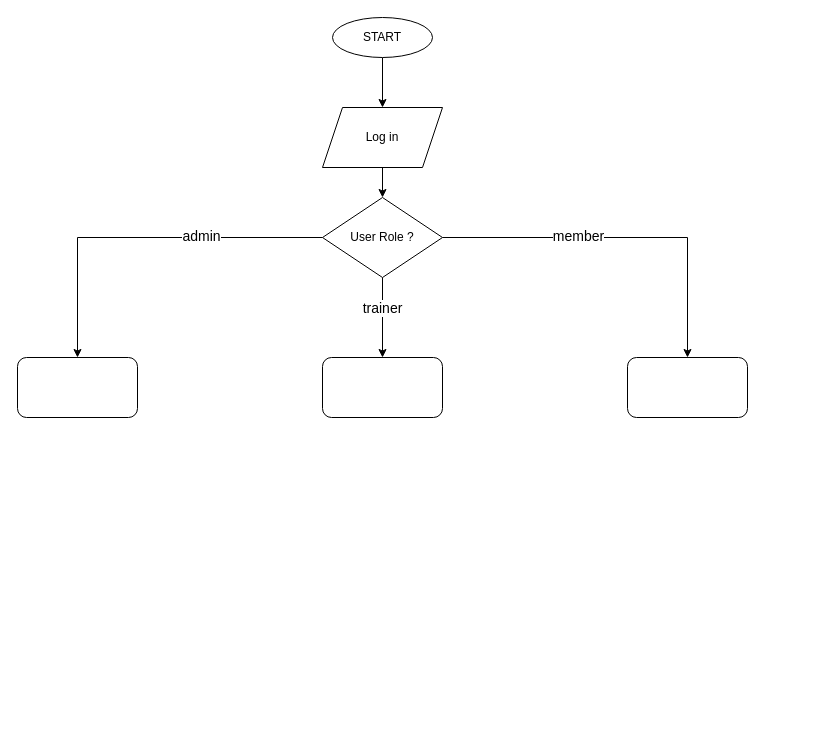
This is Flowchart.drawio from XuanAnh1312/GMS_PROJECT_JAVA, a draw.io file, before an edit. Source tidied: cells renumbered, new cells numbered last; positions are measured from the earlier drawing's top-left corner, leaving out a move shared by most shapes. Both pictures are drawn from the tidied source at 100%, with x=0, y=0 at pixel (17, 17).
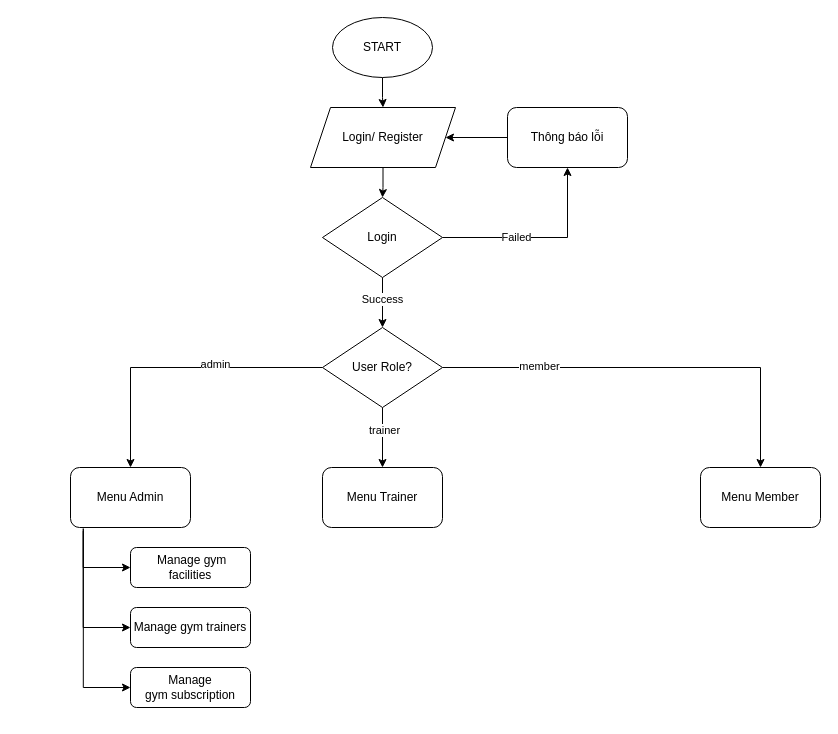
The same page after the edit.

What changed in the source:
```diff
@@
     <mxCell id="3" value="START" style="ellipse;whiteSpace=wrap;html=1;shapeInside=1;" parent="1" vertex="1">
-      <mxGeometry x="315" width="100" height="40" as="geometry" />
+      <mxGeometry x="315" width="100" height="60" as="geometry" />
     </mxCell>
@@
-    <mxCell id="5" value="Log in" style="shape=parallelogram;perimeter=parallelogramPerimeter;whiteSpace=wrap;html=1;shapeInside=1;fixedSize=1;" parent="1" vertex="1">
-      <mxGeometry x="305" y="90" width="120" height="60" as="geometry" />
+    <mxCell id="5" value="Login/ Register" style="shape=parallelogram;perimeter=parallelogramPerimeter;whiteSpace=wrap;html=1;shapeInside=1;fixedSize=1;" parent="1" vertex="1">
+      <mxGeometry x="293" y="90" width="145" height="60" as="geometry" />
     </mxCell>
-    <mxCell id="6" style="edgeStyle=orthogonalEdgeStyle;rounded=0;jettySize=auto;html=1;" parent="1" edge="1" source="12" target="13">
-      <mxGeometry relative="1" as="geometry" />
-    </mxCell>
+    <mxCell id="16" style="edgeStyle=orthogonalEdgeStyle;rounded=0;jettySize=auto;html=1;" parent="1" edge="1" source="12" target="20">
+      <mxGeometry relative="1" as="geometry">
+        <Array as="points">
+          <mxPoint x="550" y="220" />
+        </Array>
+      </mxGeometry>
+    </mxCell>
+    <mxCell id="17" value="Failed" style="edgeLabel;html=1;align=center;verticalAlign=middle;" parent="16" vertex="1">
+      <mxGeometry x="-0.25" y="1" relative="1" as="geometry" />
+    </mxCell>
+    <mxCell id="18" style="edgeStyle=orthogonalEdgeStyle;rounded=0;jettySize=auto;html=1;" parent="1" edge="1" source="12" target="25">
+      <mxGeometry relative="1" as="geometry" />
+    </mxCell>
+    <mxCell id="19" value="Success" style="edgeLabel;html=1;align=center;verticalAlign=middle;" parent="18" vertex="1">
+      <mxGeometry x="-0.18" y="-1" relative="1" as="geometry" />
+    </mxCell>
+    <mxCell id="12" value="Login" style="rhombus;whiteSpace=wrap;html=1;shapeInside=1;" parent="1" vertex="1">
+      <mxGeometry x="305" y="180" width="120" height="80" as="geometry" />
+    </mxCell>
+    <mxCell id="20" value="Thông báo lỗi" style="rounded=1;whiteSpace=wrap;html=1;" parent="1" vertex="1">
+      <mxGeometry x="490" y="90" width="120" height="60" as="geometry" />
+    </mxCell>
+    <mxCell id="21" style="endArrow=classic;html=1;rounded=0;exitX=0;exitY=0.5;exitDx=0;exitDy=0;entryX=1;entryY=0.5;entryDx=0;entryDy=0;" parent="1" edge="1" source="20" target="5">
+      <mxGeometry relative="1" as="geometry" />
+    </mxCell>
+    <mxCell id="22" style="edgeStyle=orthogonalEdgeStyle;rounded=0;jettySize=auto;html=1;" parent="1" edge="1" source="25" target="29">
+      <mxGeometry relative="1" as="geometry" />
+    </mxCell>
-    <mxCell id="7" value="admin" style="edgeLabel;html=1;align=center;verticalAlign=middle;fontSize=14;" parent="6" vertex="1">
-      <mxGeometry x="-0.33" y="-2" relative="1" as="geometry" />
+    <mxCell id="7" value="admin" style="edgeLabel;html=1;align=center;verticalAlign=middle;" parent="22" vertex="1">
+      <mxGeometry x="-0.12" y="-4" relative="1" as="geometry">
+        <mxPoint x="20" as="offset" />
+      </mxGeometry>
     </mxCell>
-    <mxCell id="8" style="edgeStyle=orthogonalEdgeStyle;rounded=0;jettySize=auto;html=1;" parent="1" edge="1" source="12" target="14">
-      <mxGeometry relative="1" as="geometry" />
-    </mxCell>
+    <mxCell id="23" style="edgeStyle=orthogonalEdgeStyle;rounded=0;jettySize=auto;html=1;" parent="1" edge="1" source="25" target="30">
+      <mxGeometry relative="1" as="geometry" />
+    </mxCell>
+    <mxCell id="11" value="trainer" style="edgeLabel;html=1;align=center;verticalAlign=middle;" parent="23" vertex="1">
+      <mxGeometry x="-0.27" y="1" relative="1" as="geometry" />
+    </mxCell>
+    <mxCell id="24" style="edgeStyle=orthogonalEdgeStyle;rounded=0;jettySize=auto;html=1;" parent="1" edge="1" source="25" target="31">
+      <mxGeometry relative="1" as="geometry" />
+    </mxCell>
-    <mxCell id="9" value="member" style="edgeLabel;html=1;align=center;verticalAlign=middle;fontSize=14;" parent="8" vertex="1">
-      <mxGeometry x="-0.26" y="2" relative="1" as="geometry" />
+    <mxCell id="9" value="member" style="edgeLabel;html=1;align=center;verticalAlign=middle;" parent="24" vertex="1">
+      <mxGeometry x="-0.54" y="2" relative="1" as="geometry" />
     </mxCell>
-    <mxCell id="10" style="edgeStyle=orthogonalEdgeStyle;rounded=0;jettySize=auto;html=1;" parent="1" edge="1" source="12" target="15">
-      <mxGeometry relative="1" as="geometry" />
-    </mxCell>
-    <mxCell id="11" value="trainer" style="edgeLabel;html=1;align=center;verticalAlign=middle;fontSize=14;" parent="10" vertex="1">
-      <mxGeometry x="-0.26" y="-1" relative="1" as="geometry" />
-    </mxCell>
-    <mxCell id="12" value="User Role ?" style="rhombus;whiteSpace=wrap;html=1;shapeInside=1;" parent="1" vertex="1">
-      <mxGeometry x="305" y="180" width="120" height="80" as="geometry" />
-    </mxCell>
-    <mxCell id="13" style="rounded=1;whiteSpace=wrap;html=1;" parent="1" vertex="1">
-      <mxGeometry y="340" width="120" height="60" as="geometry" />
-    </mxCell>
-    <mxCell id="14" style="rounded=1;whiteSpace=wrap;html=1;" parent="1" vertex="1">
-      <mxGeometry x="610" y="340" width="120" height="60" as="geometry" />
-    </mxCell>
-    <mxCell id="15" style="rounded=1;whiteSpace=wrap;html=1;" parent="1" vertex="1">
-      <mxGeometry x="305" y="340" width="120" height="60" as="geometry" />
-    </mxCell>
+    <mxCell id="25" value="User Role?" style="rhombus;whiteSpace=wrap;html=1;shapeInside=1;" parent="1" vertex="1">
+      <mxGeometry x="305" y="310" width="120" height="80" as="geometry" />
+    </mxCell>
+    <mxCell id="26" style="edgeStyle=orthogonalEdgeStyle;rounded=0;jettySize=auto;html=1;exitX=0.106;exitY=1.015;exitDx=0;exitDy=0;exitPerimeter=0;entryX=0;entryY=0.5;entryDx=0;entryDy=0;" parent="1" edge="1" source="29" target="32">
+      <mxGeometry relative="1" as="geometry" />
+    </mxCell>
+    <mxCell id="27" style="edgeStyle=orthogonalEdgeStyle;rounded=0;jettySize=auto;html=1;entryX=0;entryY=0.5;entryDx=0;entryDy=0;exitX=0.106;exitY=1.059;exitDx=0;exitDy=0;exitPerimeter=0;" parent="1" edge="1" source="29" target="33">
+      <mxGeometry relative="1" as="geometry" />
+    </mxCell>
+    <mxCell id="28" style="edgeStyle=orthogonalEdgeStyle;rounded=0;jettySize=auto;html=1;entryX=0;entryY=0.5;entryDx=0;entryDy=0;exitX=0.107;exitY=1.023;exitDx=0;exitDy=0;exitPerimeter=0;" parent="1" edge="1" source="29" target="34">
+      <mxGeometry relative="1" as="geometry" />
+    </mxCell>
+    <mxCell id="29" value="Menu Admin" style="rounded=1;whiteSpace=wrap;html=1;" parent="1" vertex="1">
+      <mxGeometry x="53" y="450" width="120" height="60" as="geometry" />
+    </mxCell>
+    <mxCell id="30" value="Menu Trainer" style="rounded=1;whiteSpace=wrap;html=1;" parent="1" vertex="1">
+      <mxGeometry x="305" y="450" width="120" height="60" as="geometry" />
+    </mxCell>
+    <mxCell id="31" value="Menu Member" style="rounded=1;whiteSpace=wrap;html=1;" parent="1" vertex="1">
+      <mxGeometry x="683" y="450" width="120" height="60" as="geometry" />
+    </mxCell>
+    <mxCell id="32" value="&amp;nbsp;Manage gym facilities" style="whiteSpace=wrap;html=1;rounded=1;" parent="1" vertex="1">
+      <mxGeometry x="113" y="530" width="120" height="40" as="geometry" />
+    </mxCell>
+    <mxCell id="33" value="Manage gym&amp;nbsp;trainers" style="whiteSpace=wrap;html=1;rounded=1;" parent="1" vertex="1">
+      <mxGeometry x="113" y="590" width="120" height="40" as="geometry" />
+    </mxCell>
+    <mxCell id="34" value="&lt;br&gt;Manage gym&amp;nbsp;subscription&lt;div&gt;&lt;br/&gt;&lt;/div&gt;" style="rounded=1;whiteSpace=wrap;html=1;" parent="1" vertex="1">
+      <mxGeometry x="113" y="650" width="120" height="40" as="geometry" />
+    </mxCell>
```
